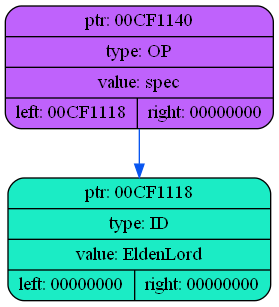
Before: dump/dump1.png, a diagram exported from Graphviz (coffee8cat/Elden-language). Its source is kept beside it as dump/dump1.dot.
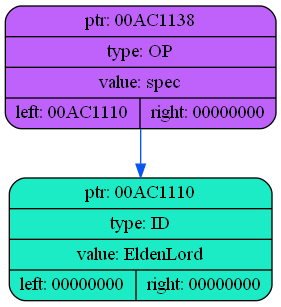
Later version of the same file.

What changed in the source:
```diff
@@ -2,7 +2,7 @@
 {
     rankdir=TP
 
-        node00CF1140[shape=record,style="rounded,filled",fillcolor="#BF62FC",label="{ ptr: 00CF1140 | type: OP | value: spec| { left: 00CF1118 | right: 00000000 }}"];
-    node00CF1140 -> node00CF1118[color="#0855F0"]
-    node00CF1118[shape=record,style="rounded,filled",fillcolor="#1BECC5",label="{ ptr: 00CF1118 | type: ID | value: EldenLord| { left: 00000000 | right: 00000000 }}"];
+        node00AC1138[shape=record,style="rounded,filled",fillcolor="#BF62FC",label="{ ptr: 00AC1138 | type: OP | value: spec| { left: 00AC1110 | right: 00000000 }}"];
+    node00AC1138 -> node00AC1110[color="#0855F0"]
+    node00AC1110[shape=record,style="rounded,filled",fillcolor="#1BECC5",label="{ ptr: 00AC1110 | type: ID | value: EldenLord| { left: 00000000 | right: 00000000 }}"];
 }
```
